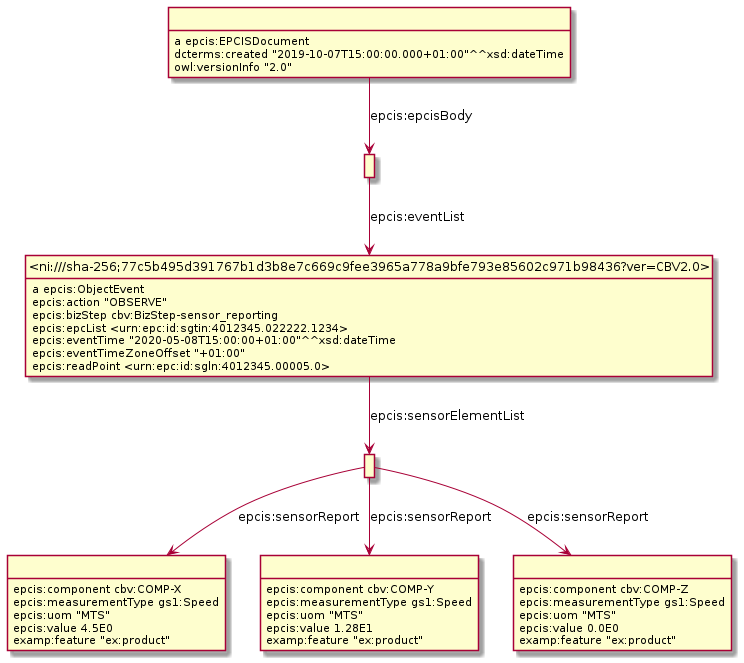
The PlantUML diagram Diagrams/WithSensorData/SensorDataExample10.png in gs1/EPCIS, before a commit.
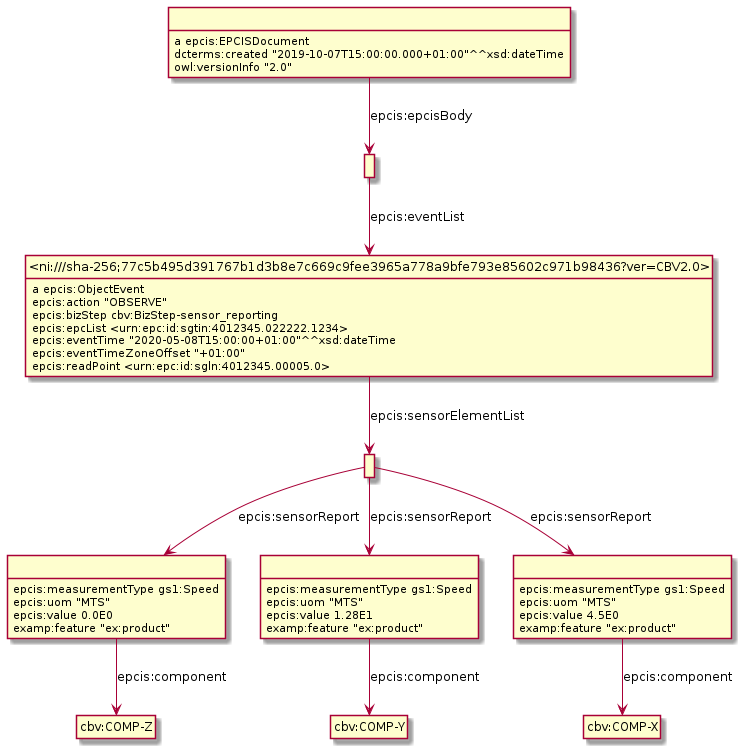
Above is the later version.

Change to the diagram source:
```diff
@@ -3,42 +3,45 @@
 hide empty attributes
 hide circle
 skinparam classAttributeIconSize 0
-class _r1631887425r5_ as " "
-_r1631887425r5_ : epcis:component cbv:COMP-X
-_r1631887425r5_ : epcis:measurementType gs1:Speed
-_r1631887425r5_ : epcis:uom "MTS"
-_r1631887425r5_ : epcis:value 4.5E0
-_r1631887425r5_ : examp:feature "ex:product"
+class _r1631889719r3_ as " "
+class cbv_COMP_Z as "cbv:COMP-Z"
+_r1631889719r3_ -down-> cbv_COMP_Z : epcis:component
+_r1631889719r3_ : epcis:measurementType gs1:Speed
+_r1631889719r3_ : epcis:uom "MTS"
+_r1631889719r3_ : epcis:value 0.0E0
+_r1631889719r3_ : examp:feature "ex:product"
+class _r1631889719r0_ as " "
+_r1631889719r0_ : a epcis:EPCISDocument
+class _r1631889719r1_ as " "
+_r1631889719r0_ -down-> _r1631889719r1_ : epcis:epcisBody
+_r1631889719r0_ : dcterms:created "2019-10-07T15:00:00.000+01:00"^^xsd:dateTime
+_r1631889719r0_ : owl:versionInfo "2.0"
 class _ni_sha_256_77c5b495d391767b1d3b8e7c669c9fee3965a778a9bfe793e85602c971b98436_ver_CBV2_0_ as "<ni:///sha-256;77c5b495d391767b1d3b8e7c669c9fee3965a778a9bfe793e85602c971b98436?ver=CBV2.0>"
+_r1631889719r1_ -down-> _ni_sha_256_77c5b495d391767b1d3b8e7c669c9fee3965a778a9bfe793e85602c971b98436_ver_CBV2_0_ : epcis:eventList
+class _r1631889719r4_ as " "
+class cbv_COMP_Y as "cbv:COMP-Y"
+_r1631889719r4_ -down-> cbv_COMP_Y : epcis:component
+_r1631889719r4_ : epcis:measurementType gs1:Speed
+_r1631889719r4_ : epcis:uom "MTS"
+_r1631889719r4_ : epcis:value 1.28E1
+_r1631889719r4_ : examp:feature "ex:product"
+class _r1631889719r2_ as " "
+class _r1631889719r5_ as " "
+_r1631889719r2_ -down-> _r1631889719r5_ : epcis:sensorReport
+_r1631889719r2_ -down-> _r1631889719r4_ : epcis:sensorReport
+_r1631889719r2_ -down-> _r1631889719r3_ : epcis:sensorReport
+class cbv_COMP_X as "cbv:COMP-X"
+_r1631889719r5_ -down-> cbv_COMP_X : epcis:component
+_r1631889719r5_ : epcis:measurementType gs1:Speed
+_r1631889719r5_ : epcis:uom "MTS"
+_r1631889719r5_ : epcis:value 4.5E0
+_r1631889719r5_ : examp:feature "ex:product"
 _ni_sha_256_77c5b495d391767b1d3b8e7c669c9fee3965a778a9bfe793e85602c971b98436_ver_CBV2_0_ : a epcis:ObjectEvent
-class _r1631887425r2_ as " "
-_ni_sha_256_77c5b495d391767b1d3b8e7c669c9fee3965a778a9bfe793e85602c971b98436_ver_CBV2_0_ -down-> _r1631887425r2_ : epcis:sensorElementList
+_ni_sha_256_77c5b495d391767b1d3b8e7c669c9fee3965a778a9bfe793e85602c971b98436_ver_CBV2_0_ -down-> _r1631889719r2_ : epcis:sensorElementList
 _ni_sha_256_77c5b495d391767b1d3b8e7c669c9fee3965a778a9bfe793e85602c971b98436_ver_CBV2_0_ : epcis:action "OBSERVE"
 _ni_sha_256_77c5b495d391767b1d3b8e7c669c9fee3965a778a9bfe793e85602c971b98436_ver_CBV2_0_ : epcis:bizStep cbv:BizStep-sensor_reporting
 _ni_sha_256_77c5b495d391767b1d3b8e7c669c9fee3965a778a9bfe793e85602c971b98436_ver_CBV2_0_ : epcis:epcList <urn:epc:id:sgtin:4012345.022222.1234>
 _ni_sha_256_77c5b495d391767b1d3b8e7c669c9fee3965a778a9bfe793e85602c971b98436_ver_CBV2_0_ : epcis:eventTime "2020-05-08T15:00:00+01:00"^^xsd:dateTime
 _ni_sha_256_77c5b495d391767b1d3b8e7c669c9fee3965a778a9bfe793e85602c971b98436_ver_CBV2_0_ : epcis:eventTimeZoneOffset "+01:00"
 _ni_sha_256_77c5b495d391767b1d3b8e7c669c9fee3965a778a9bfe793e85602c971b98436_ver_CBV2_0_ : epcis:readPoint <urn:epc:id:sgln:4012345.00005.0>
-class _r1631887425r4_ as " "
-_r1631887425r4_ : epcis:component cbv:COMP-Y
-_r1631887425r4_ : epcis:measurementType gs1:Speed
-_r1631887425r4_ : epcis:uom "MTS"
-_r1631887425r4_ : epcis:value 1.28E1
-_r1631887425r4_ : examp:feature "ex:product"
-class _r1631887425r1_ as " "
-_r1631887425r1_ -down-> _ni_sha_256_77c5b495d391767b1d3b8e7c669c9fee3965a778a9bfe793e85602c971b98436_ver_CBV2_0_ : epcis:eventList
-class _r1631887425r3_ as " "
-_r1631887425r3_ : epcis:component cbv:COMP-Z
-_r1631887425r3_ : epcis:measurementType gs1:Speed
-_r1631887425r3_ : epcis:uom "MTS"
-_r1631887425r3_ : epcis:value 0.0E0
-_r1631887425r3_ : examp:feature "ex:product"
-class _r1631887425r0_ as " "
-_r1631887425r0_ : a epcis:EPCISDocument
-_r1631887425r0_ -down-> _r1631887425r1_ : epcis:epcisBody
-_r1631887425r0_ : dcterms:created "2019-10-07T15:00:00.000+01:00"^^xsd:dateTime
-_r1631887425r0_ : owl:versionInfo "2.0"
-_r1631887425r2_ -down-> _r1631887425r4_ : epcis:sensorReport
-_r1631887425r2_ -down-> _r1631887425r5_ : epcis:sensorReport
-_r1631887425r2_ -down-> _r1631887425r3_ : epcis:sensorReport
 @enduml
```
